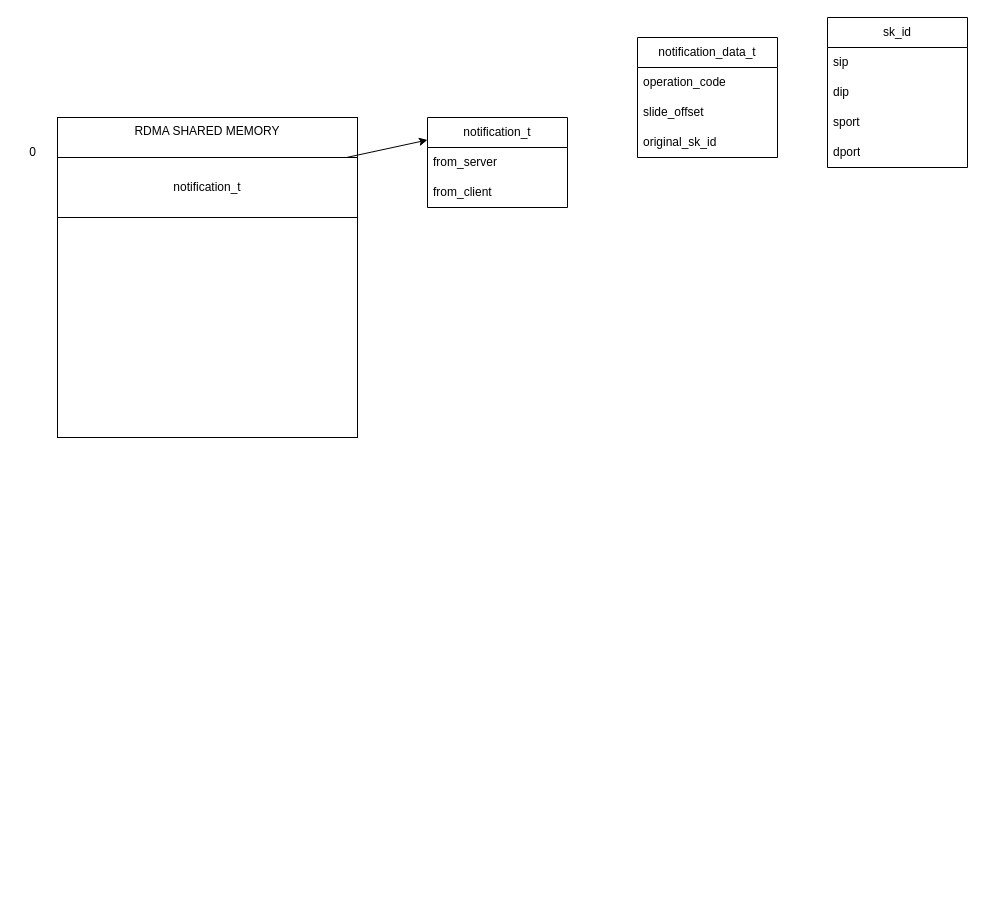
This is page "Memory layout" (5 of 6) of socket_boost/docs/logic.drawio from LucaMeno/socket-over-rdma, a draw.io file, before an edit. Source tidied: cells renumbered, new cells numbered last; positions are measured from the earlier drawing's top-left corner, leaving out a move shared by most shapes. Both pictures are drawn from the tidied source at 100%, with x=0, y=0 at pixel (17, 17).
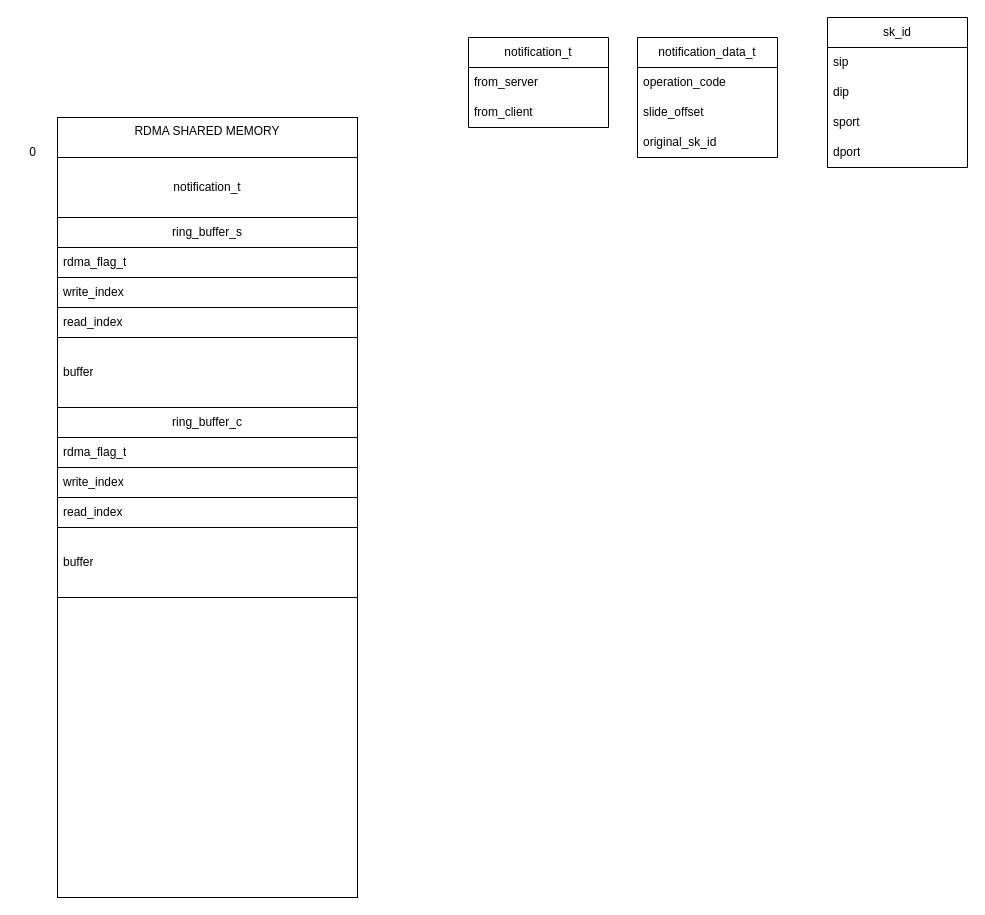
The same diagram, later.

The change refers to these unchanged cells:
```xml
<mxCell id="5" value="notification_t" style="rounded=0;whiteSpace=wrap;html=1;" parent="1" vertex="1">
  <mxGeometry x="40" y="140" width="300" height="60" as="geometry" />
</mxCell>
```

Diff of the diagram source:
```diff
@@
     <mxCell id="2" value="RDMA SHARED MEMORY" style="rounded=0;whiteSpace=wrap;html=1;fillColor=none;verticalAlign=top;" parent="1" vertex="1">
-      <mxGeometry x="40" y="100" width="300" height="320" as="geometry" />
+      <mxGeometry x="40" y="100" width="300" height="780" as="geometry" />
     </mxCell>
@@
-    <mxCell id="4" style="edgeStyle=none;html=1;entryX=0;entryY=0.25;entryDx=0;entryDy=0;" parent="1" edge="1" source="5" target="10">
-      <mxGeometry relative="1" as="geometry" />
-    </mxCell>
@@
     <mxCell id="10" value="notification_t" style="swimlane;fontStyle=0;horizontal=1;startSize=30;whiteSpace=wrap;html=1;" parent="1" vertex="1">
-      <mxGeometry x="410" y="100" width="140" height="90" as="geometry" />
+      <mxGeometry x="451" y="20" width="140" height="90" as="geometry" />
     </mxCell>
@@
+    <mxCell id="18" value="&lt;span style=&quot;color: rgb(0, 0, 0);&quot;&gt;ring_buffer_s&lt;/span&gt;" style="swimlane;fontStyle=0;horizontal=1;startSize=30;whiteSpace=wrap;html=1;glass=0;swimlaneLine=1;" parent="1" vertex="1">
+      <mxGeometry x="40" y="200" width="300" height="190" as="geometry" />
+    </mxCell>
+    <mxCell id="19" value="rdma_flag_t" style="text;strokeColor=default;fillColor=none;align=left;verticalAlign=middle;spacingLeft=4;spacingRight=4;overflow=hidden;whiteSpace=wrap;html=1;" parent="18" vertex="1">
+      <mxGeometry y="30" width="300" height="30" as="geometry" />
+    </mxCell>
+    <mxCell id="20" value="write_index" style="text;strokeColor=default;fillColor=none;align=left;verticalAlign=middle;spacingLeft=4;spacingRight=4;overflow=hidden;whiteSpace=wrap;html=1;" parent="18" vertex="1">
+      <mxGeometry y="60" width="300" height="30" as="geometry" />
+    </mxCell>
+    <mxCell id="21" value="read_index" style="text;strokeColor=default;fillColor=none;align=left;verticalAlign=middle;spacingLeft=4;spacingRight=4;overflow=hidden;whiteSpace=wrap;html=1;" parent="18" vertex="1">
+      <mxGeometry y="90" width="300" height="30" as="geometry" />
+    </mxCell>
+    <mxCell id="22" value="buffer" style="text;strokeColor=default;fillColor=none;align=left;verticalAlign=middle;spacingLeft=4;spacingRight=4;overflow=hidden;whiteSpace=wrap;html=1;" parent="18" vertex="1">
+      <mxGeometry y="120" width="300" height="70" as="geometry" />
+    </mxCell>
+    <mxCell id="23" value="&lt;span style=&quot;color: rgb(0, 0, 0);&quot;&gt;ring_buffer_c&lt;/span&gt;" style="swimlane;fontStyle=0;horizontal=1;startSize=30;whiteSpace=wrap;html=1;glass=0;swimlaneLine=1;" parent="1" vertex="1">
+      <mxGeometry x="40" y="390" width="300" height="190" as="geometry" />
+    </mxCell>
+    <mxCell id="24" value="rdma_flag_t" style="text;strokeColor=default;fillColor=none;align=left;verticalAlign=middle;spacingLeft=4;spacingRight=4;overflow=hidden;whiteSpace=wrap;html=1;" parent="23" vertex="1">
+      <mxGeometry y="30" width="300" height="30" as="geometry" />
+    </mxCell>
+    <mxCell id="25" value="write_index" style="text;strokeColor=default;fillColor=none;align=left;verticalAlign=middle;spacingLeft=4;spacingRight=4;overflow=hidden;whiteSpace=wrap;html=1;" parent="23" vertex="1">
+      <mxGeometry y="60" width="300" height="30" as="geometry" />
+    </mxCell>
+    <mxCell id="26" value="read_index" style="text;strokeColor=default;fillColor=none;align=left;verticalAlign=middle;spacingLeft=4;spacingRight=4;overflow=hidden;whiteSpace=wrap;html=1;" parent="23" vertex="1">
+      <mxGeometry y="90" width="300" height="30" as="geometry" />
+    </mxCell>
+    <mxCell id="27" value="buffer" style="text;strokeColor=default;fillColor=none;align=left;verticalAlign=middle;spacingLeft=4;spacingRight=4;overflow=hidden;whiteSpace=wrap;html=1;" parent="23" vertex="1">
+      <mxGeometry y="120" width="300" height="70" as="geometry" />
+    </mxCell>
```
